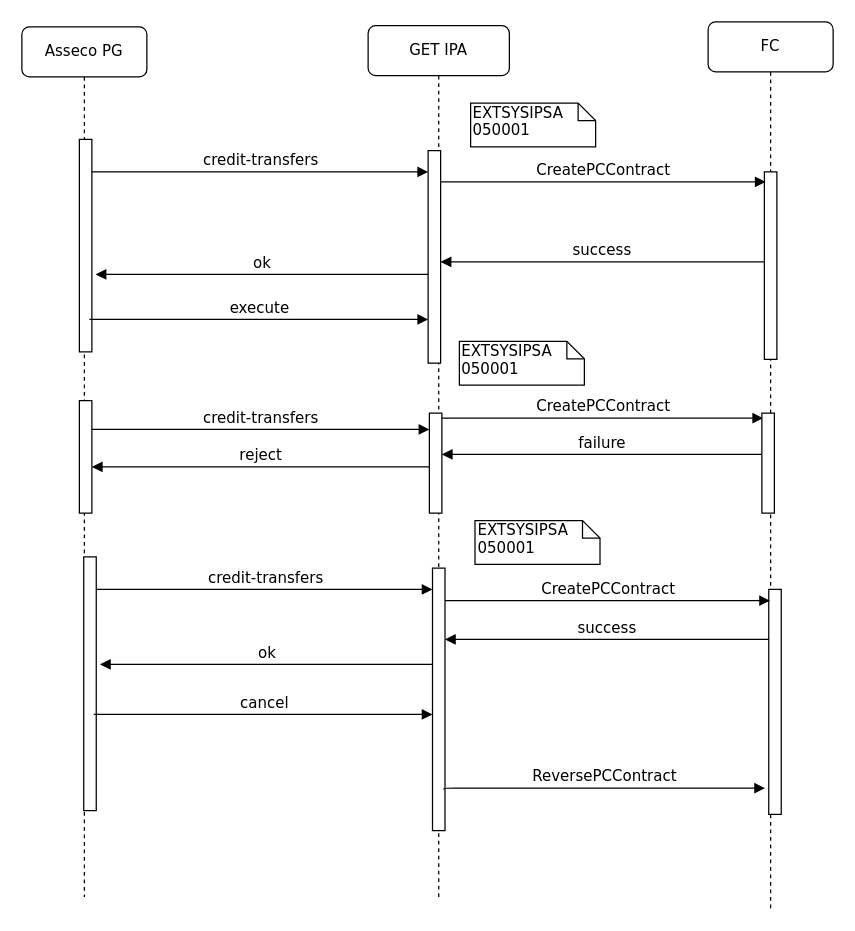
Earlier version of the draw.io diagram page "Page-2" (2 of 2) of Untitled Diagram.drawio (gjovan/draw). Source tidied: cells renumbered, new cells numbered last; positions are measured from the earlier drawing's top-left corner, leaving out a move shared by most shapes. Both pictures are drawn from the tidied source at 125%, with x=0, y=0 at pixel (21, 21).
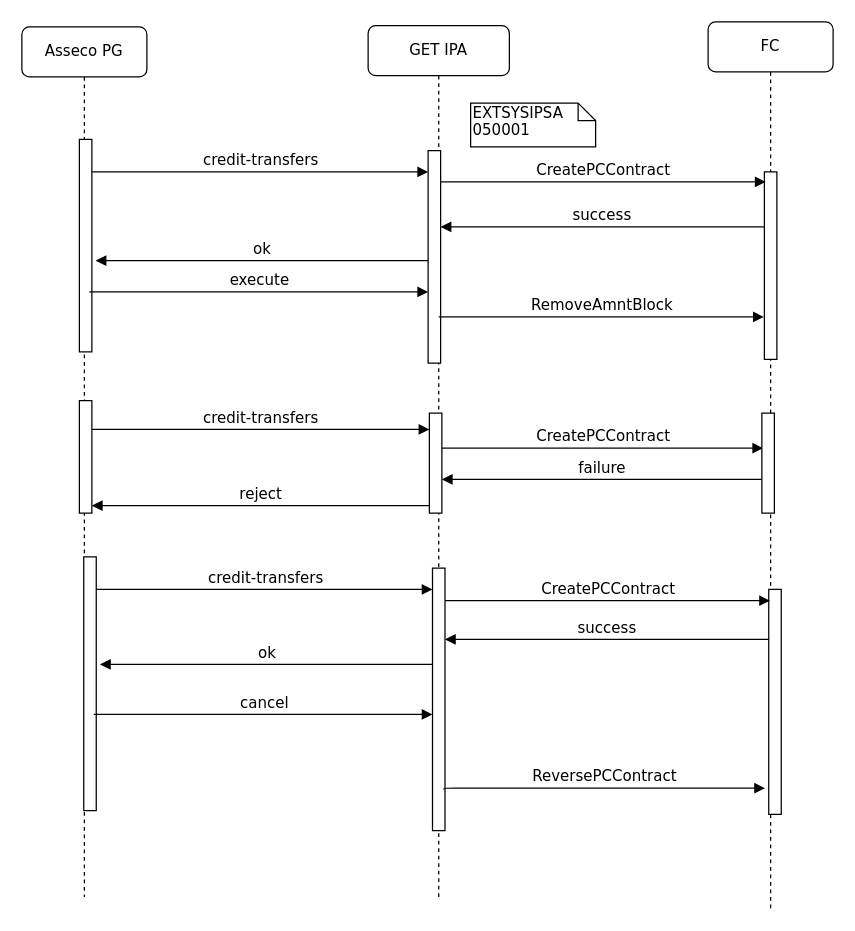
Above is the later version.

The change refers to these unchanged cells:
```xml
<mxCell id="6" value="GET IPA" style="shape=umlLifeline;perimeter=lifelinePerimeter;whiteSpace=wrap;html=1;rounded=1;shadow=0;comic=0;labelBackgroundColor=none;strokeColor=#000000;strokeWidth=1;fillColor=#FFFFFF;fontFamily=Verdana;fontSize=12;fontColor=#000000;align=center;" parent="1" vertex="1">
  <mxGeometry x="277" y="3" width="113" height="697" as="geometry" />
</mxCell>
<mxCell id="8" style="html=1;points=[];perimeter=orthogonalPerimeter;rounded=0;shadow=0;comic=0;labelBackgroundColor=none;strokeColor=#000000;strokeWidth=1;fillColor=#FFFFFF;fontFamily=Verdana;fontSize=12;fontColor=#000000;align=center;" parent="6" vertex="1">
  <mxGeometry x="49" y="310" width="10" height="80" as="geometry" />
</mxCell>
<mxCell id="9" style="html=1;points=[];perimeter=orthogonalPerimeter;rounded=0;shadow=0;comic=0;labelBackgroundColor=none;strokeColor=#000000;strokeWidth=1;fillColor=#FFFFFF;fontFamily=Verdana;fontSize=12;fontColor=#000000;align=center;" parent="6" vertex="1">
  <mxGeometry x="-231" y="300" width="10" height="90" as="geometry" />
</mxCell>
<mxCell id="14" style="html=1;points=[];perimeter=orthogonalPerimeter;rounded=0;shadow=0;comic=0;labelBackgroundColor=none;strokeColor=#000000;strokeWidth=1;fillColor=#FFFFFF;fontFamily=Verdana;fontSize=12;fontColor=#000000;align=center;" parent="6" vertex="1">
  <mxGeometry x="315" y="310" width="10" height="80" as="geometry" />
</mxCell>
```

Change to the diagram source:
```diff
@@
-    <mxCell id="10" value="failure" style="html=1;verticalAlign=bottom;endArrow=block;labelBackgroundColor=none;fontFamily=Verdana;fontSize=12;edgeStyle=elbowEdgeStyle;elbow=vertical;" parent="6" edge="1" source="14" target="8">
+    <mxCell id="10" value="failure" style="html=1;verticalAlign=bottom;endArrow=block;labelBackgroundColor=none;fontFamily=Verdana;fontSize=12;edgeStyle=elbowEdgeStyle;elbow=vertical;" parent="6" edge="1">
       <mxGeometry relative="1" as="geometry">
+        <mxPoint x="315" y="363" as="sourcePoint" />
+        <mxPoint x="59" y="363" as="targetPoint" />
         <Array as="points">
-          <mxPoint x="143" y="343" />
-          <mxPoint x="204" y="425" />
+          <mxPoint x="143" y="363" />
+          <mxPoint x="204" y="445" />
         </Array>
       </mxGeometry>
     </mxCell>
@@
-    <mxCell id="12" value="CreatePCContract" style="html=1;verticalAlign=bottom;endArrow=block;labelBackgroundColor=none;fontFamily=Verdana;fontSize=12;edgeStyle=elbowEdgeStyle;elbow=vertical;entryX=0.1;entryY=0.05;entryDx=0;entryDy=0;entryPerimeter=0;" parent="6" edge="1" source="8" target="14">
-      <mxGeometry relative="1" as="geometry" />
+    <mxCell id="12" value="CreatePCContract" style="html=1;verticalAlign=bottom;endArrow=block;labelBackgroundColor=none;fontFamily=Verdana;fontSize=12;edgeStyle=elbowEdgeStyle;elbow=vertical;entryX=0.1;entryY=0.05;entryDx=0;entryDy=0;entryPerimeter=0;" parent="6" edge="1">
+      <mxGeometry relative="1" as="geometry">
+        <mxPoint x="59" y="338" as="sourcePoint" />
+        <mxPoint x="316" y="338" as="targetPoint" />
+      </mxGeometry>
     </mxCell>
-    <mxCell id="13" value="reject" style="html=1;verticalAlign=bottom;endArrow=block;labelBackgroundColor=none;fontFamily=Verdana;fontSize=12;edgeStyle=elbowEdgeStyle;elbow=vertical;" parent="6" edge="1" source="8" target="9">
+    <mxCell id="13" value="reject" style="html=1;verticalAlign=bottom;endArrow=block;labelBackgroundColor=none;fontFamily=Verdana;fontSize=12;edgeStyle=elbowEdgeStyle;elbow=vertical;" parent="6" edge="1">
       <mxGeometry relative="1" as="geometry">
+        <mxPoint x="49" y="384" as="sourcePoint" />
+        <mxPoint x="-221" y="384" as="targetPoint" />
         <Array as="points">
-          <mxPoint x="-127" y="353" />
+          <mxPoint x="-127" y="384" />
         </Array>
       </mxGeometry>
     </mxCell>
@@
-    <mxCell id="21" value="EXTSYSIPSA&lt;br&gt;050001&lt;br&gt;" style="shape=note;whiteSpace=wrap;html=1;size=14;verticalAlign=top;align=left;spacingTop=-6;rounded=0;shadow=0;comic=0;labelBackgroundColor=none;strokeColor=#000000;strokeWidth=1;fillColor=#FFFFFF;fontFamily=Verdana;fontSize=12;fontColor=#000000;" parent="6" vertex="1">
-      <mxGeometry x="85.5" y="396" width="100" height="35" as="geometry" />
-    </mxCell>
@@
     <mxCell id="25" value="success" style="html=1;verticalAlign=bottom;endArrow=block;labelBackgroundColor=none;fontFamily=Verdana;fontSize=12;edgeStyle=elbowEdgeStyle;elbow=vertical;" parent="1" edge="1">
       <mxGeometry relative="1" as="geometry">
-        <mxPoint x="594" y="192" as="sourcePoint" />
-        <mxPoint x="335" y="192" as="targetPoint" />
+        <mxPoint x="594" y="164" as="sourcePoint" />
+        <mxPoint x="335" y="164" as="targetPoint" />
         <Array as="points">
-          <mxPoint x="479" y="192" />
+          <mxPoint x="479" y="164" />
         </Array>
       </mxGeometry>
     </mxCell>
@@
     <mxCell id="29" value="ok" style="html=1;verticalAlign=bottom;endArrow=block;labelBackgroundColor=none;fontFamily=Verdana;fontSize=12;edgeStyle=elbowEdgeStyle;elbow=vertical;" parent="1" edge="1">
       <mxGeometry relative="1" as="geometry">
-        <mxPoint x="325" y="202" as="sourcePoint" />
-        <mxPoint x="59" y="202" as="targetPoint" />
+        <mxPoint x="325" y="191" as="sourcePoint" />
+        <mxPoint x="59" y="191" as="targetPoint" />
       </mxGeometry>
     </mxCell>
     <mxCell id="30" value="&lt;span&gt;execute&lt;/span&gt;" style="html=1;verticalAlign=bottom;endArrow=block;labelBackgroundColor=none;fontFamily=Verdana;fontSize=12;edgeStyle=elbowEdgeStyle;elbow=vertical;" parent="1" edge="1">
       <mxGeometry relative="1" as="geometry">
-        <mxPoint x="54" y="238" as="sourcePoint" />
-        <mxPoint x="325" y="238" as="targetPoint" />
+        <mxPoint x="54" y="216" as="sourcePoint" />
+        <mxPoint x="325" y="216" as="targetPoint" />
         <Array as="points">
-          <mxPoint x="219" y="238" />
-          <mxPoint x="219" y="278" />
-          <mxPoint x="269" y="148" />
-          <mxPoint x="89" y="138" />
+          <mxPoint x="219" y="216" />
+          <mxPoint x="219" y="256" />
+          <mxPoint x="269" y="126" />
+          <mxPoint x="89" y="116" />
         </Array>
       </mxGeometry>
     </mxCell>
-    <mxCell id="31" value="EXTSYSIPSA&lt;br&gt;050001&lt;br&gt;" style="shape=note;whiteSpace=wrap;html=1;size=14;verticalAlign=top;align=left;spacingTop=-6;rounded=0;shadow=0;comic=0;labelBackgroundColor=none;strokeColor=#000000;strokeWidth=1;fillColor=#FFFFFF;fontFamily=Verdana;fontSize=12;fontColor=#000000;" parent="1" vertex="1">
-      <mxGeometry x="350" y="255.5" width="100" height="35" as="geometry" />
-    </mxCell>
+    <mxCell id="32" value="RemoveAmntBlock" style="html=1;verticalAlign=bottom;endArrow=block;labelBackgroundColor=none;fontFamily=Verdana;fontSize=12;edgeStyle=elbowEdgeStyle;elbow=vertical;entryX=0.1;entryY=0.05;entryDx=0;entryDy=0;entryPerimeter=0;" parent="1" edge="1">
+      <mxGeometry relative="1" as="geometry">
+        <mxPoint x="333.5" y="236" as="sourcePoint" />
+        <mxPoint x="593.5" y="236" as="targetPoint" />
+      </mxGeometry>
+    </mxCell>
```
